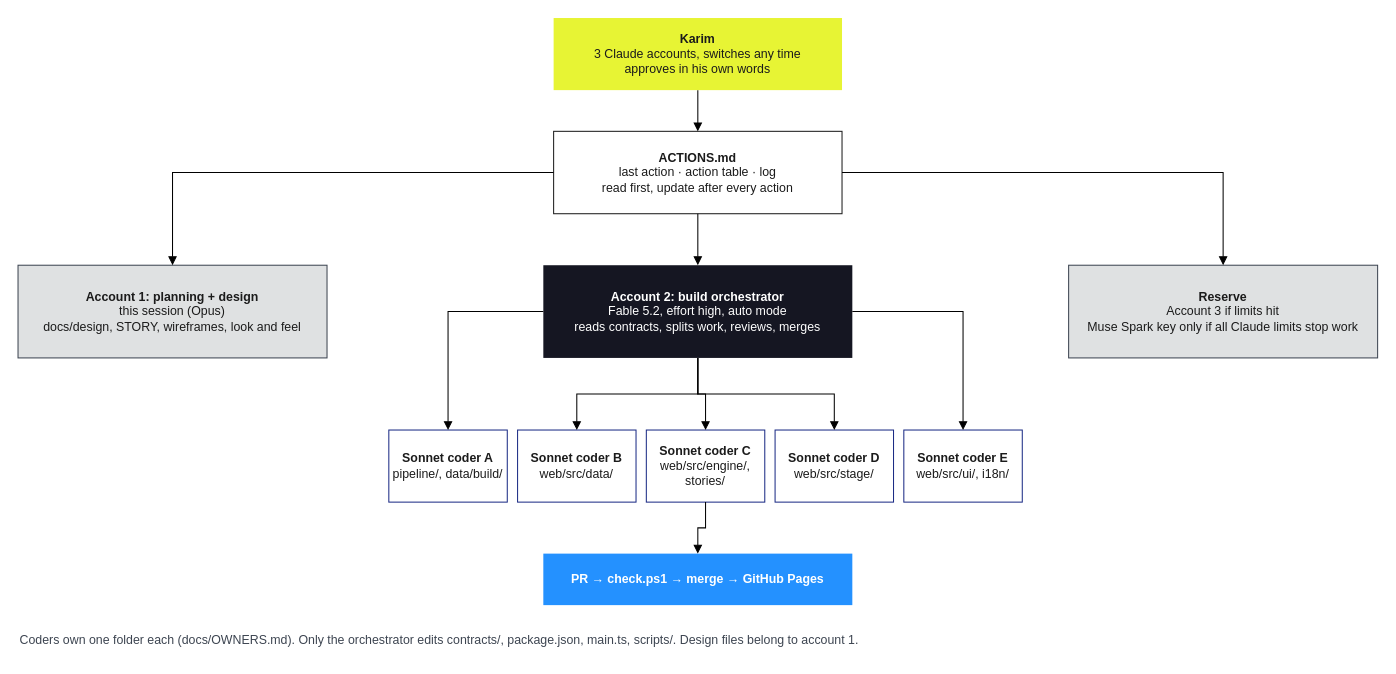
Earlier version of the draw.io diagram page "4 Development" (4 of 4) of docs/structure.drawio (xKarimAm/flame-in-freefall). Source tidied: cells renumbered, new cells numbered last; positions are measured from the earlier drawing's top-left corner, leaving out a move shared by most shapes. Both pictures are drawn from the tidied source at 103%, with x=0, y=0 at pixel (18, 18).
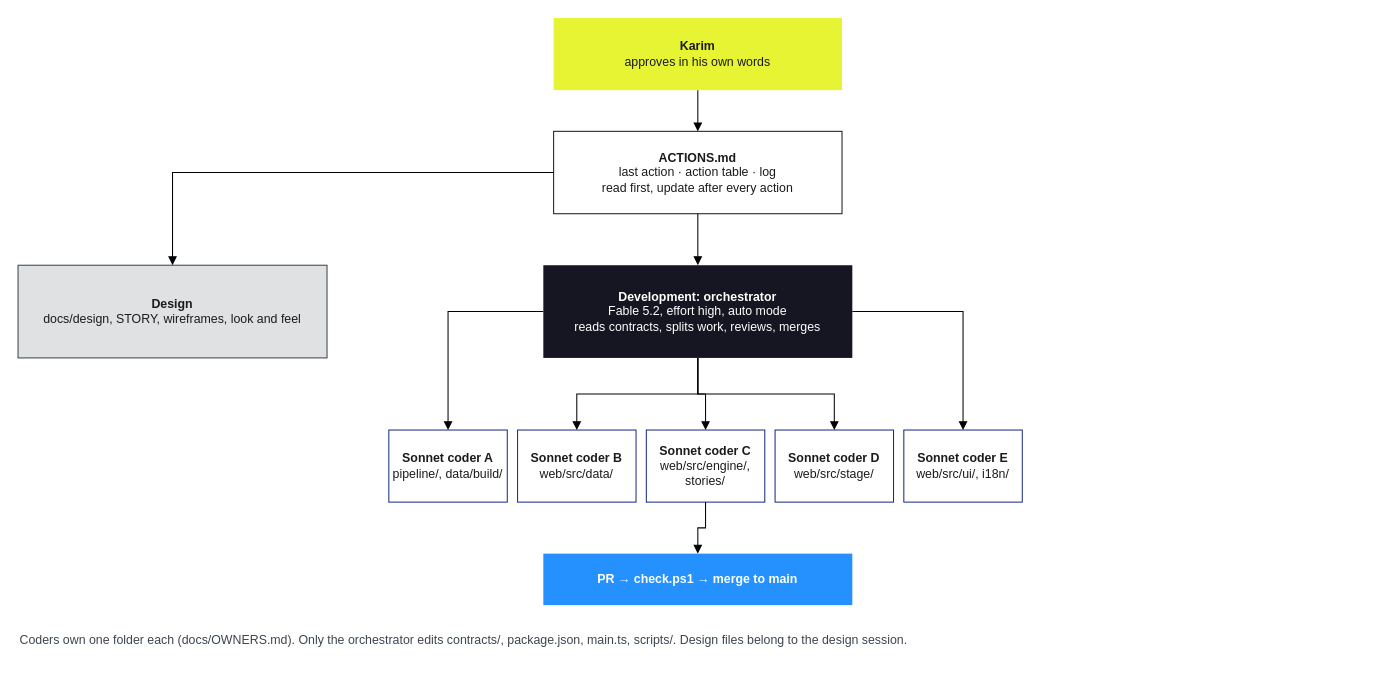
The same diagram, later.

Commit message (it also covers changes not shown here):
handover: approved plan as tasks (docs/plan.xml), repo stays private, diagram pages 3-4 as build tasks + development

The change refers to these unchanged cells:
```xml
<mxCell id="3" value="&lt;b&gt;ACTIONS.md&lt;/b&gt;&lt;br&gt;last action · action table · log&lt;br&gt;read first, update after every action" style="rounded=0;whiteSpace=wrap;html=1;fillColor=#ffffff;strokeColor=#1b1b1b;fontColor=#1b1b1b;" parent="1" vertex="1">
  <mxGeometry x="520" y="110" width="280" height="80" as="geometry" />
</mxCell>
```

Change to the diagram source:
```diff
@@
-    <mxCell id="2" value="&lt;b&gt;Karim&lt;/b&gt;&lt;br&gt;3 Claude accounts, switches any time&lt;br&gt;approves in his own words" style="rounded=0;whiteSpace=wrap;html=1;fillColor=#e7f434;strokeColor=none;fontColor=#1b1b1b;" parent="1" vertex="1">
+    <mxCell id="2" value="&lt;b&gt;Karim&lt;/b&gt;&lt;br&gt;approves in his own words" style="rounded=0;whiteSpace=wrap;html=1;fillColor=#e7f434;strokeColor=none;fontColor=#1b1b1b;" parent="1" vertex="1">
       <mxGeometry x="520" width="280" height="70" as="geometry" />
     </mxCell>
@@
-    <mxCell id="4" value="&lt;b&gt;Account 1: planning + design&lt;/b&gt;&lt;br&gt;this session (Opus)&lt;br&gt;docs/design, STORY, wireframes, look and feel" style="rounded=0;whiteSpace=wrap;html=1;fillColor=#dfe1e2;strokeColor=#3d4551;fontColor=#1b1b1b;" parent="1" vertex="1">
+    <mxCell id="4" value="&lt;b&gt;Design&lt;/b&gt;&lt;br&gt;docs/design, STORY, wireframes, look and feel" style="rounded=0;whiteSpace=wrap;html=1;fillColor=#dfe1e2;strokeColor=#3d4551;fontColor=#1b1b1b;" parent="1" vertex="1">
       <mxGeometry y="240" width="300" height="90" as="geometry" />
     </mxCell>
-    <mxCell id="5" value="&lt;b&gt;Account 2: build orchestrator&lt;/b&gt;&lt;br&gt;Fable 5.2, effort high, auto mode&lt;br&gt;reads contracts, splits work, reviews, merges" style="rounded=0;whiteSpace=wrap;html=1;fillColor=#151622;strokeColor=none;fontColor=#ffffff;" parent="1" vertex="1">
+    <mxCell id="5" value="&lt;b&gt;Development: orchestrator&lt;/b&gt;&lt;br&gt;Fable 5.2, effort high, auto mode&lt;br&gt;reads contracts, splits work, reviews, merges" style="rounded=0;whiteSpace=wrap;html=1;fillColor=#151622;strokeColor=none;fontColor=#ffffff;" parent="1" vertex="1">
       <mxGeometry x="510" y="240" width="300" height="90" as="geometry" />
     </mxCell>
-    <mxCell id="6" value="&lt;b&gt;Reserve&lt;/b&gt;&lt;br&gt;Account 3 if limits hit&lt;br&gt;Muse Spark key only if all Claude limits stop work" style="rounded=0;whiteSpace=wrap;html=1;fillColor=#dfe1e2;strokeColor=#3d4551;fontColor=#1b1b1b;" parent="1" vertex="1">
-      <mxGeometry x="1020" y="240" width="300" height="90" as="geometry" />
-    </mxCell>
@@
-    <mxCell id="17" value="&lt;b&gt;PR → check.ps1 → merge → GitHub Pages&lt;/b&gt;" style="rounded=0;whiteSpace=wrap;html=1;fillColor=#2491ff;strokeColor=none;fontColor=#ffffff;" parent="1" vertex="1">
+    <mxCell id="17" value="&lt;b&gt;PR → check.ps1 → merge to main&lt;/b&gt;" style="rounded=0;whiteSpace=wrap;html=1;fillColor=#2491ff;strokeColor=none;fontColor=#ffffff;" parent="1" vertex="1">
       <mxGeometry x="510" y="520" width="300" height="50" as="geometry" />
     </mxCell>
@@
-    <mxCell id="21" style="edgeStyle=orthogonalEdgeStyle;rounded=0;html=1;endArrow=block;fontSize=10;" parent="1" edge="1" source="3" target="6">
-      <mxGeometry relative="1" as="geometry" />
-    </mxCell>
@@
-    <mxCell id="23" value="Coders own one folder each (docs/OWNERS.md). Only the orchestrator edits contracts/, package.json, main.ts, scripts/. Design files belong to account 1." style="text;html=1;align=left;whiteSpace=wrap;fontColor=#3d4551;" parent="1" vertex="1">
+    <mxCell id="23" value="Coders own one folder each (docs/OWNERS.md). Only the orchestrator edits contracts/, package.json, main.ts, scripts/. Design files belong to the design session." style="text;html=1;align=left;whiteSpace=wrap;fontColor=#3d4551;" parent="1" vertex="1">
       <mxGeometry y="590" width="1320" height="30" as="geometry" />
     </mxCell>
```
